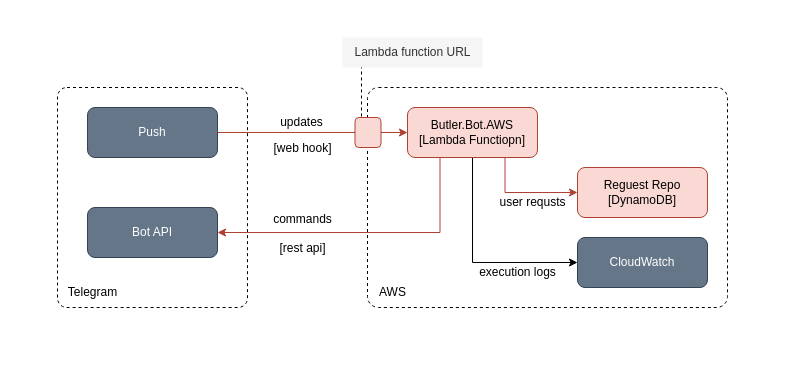
Earlier version of the draw.io diagram page "AWS" (3 of 3) of Docs/Images/Butler.Bot.drawio (eseuruk/Butler.Bot). Source tidied: cells renumbered, new cells numbered last; positions are measured from the earlier drawing's top-left corner, leaving out a move shared by most shapes. Both pictures are drawn from the tidied source at 100%, with x=0, y=0 at pixel (57, 37).
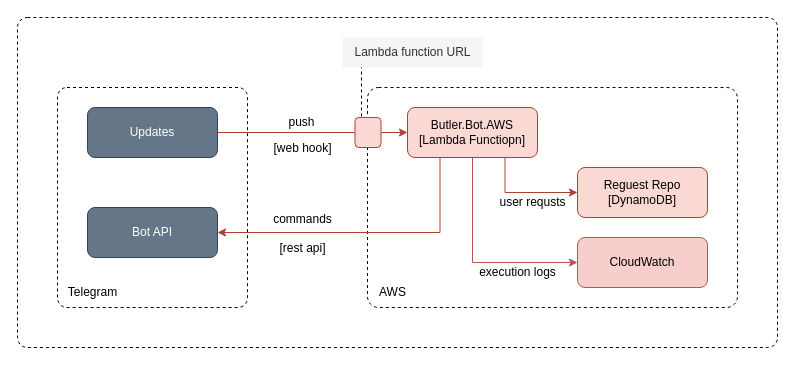
The same page after the edit.

The change refers to these unchanged cells:
```xml
<mxCell id="7" value="Butler.Bot.AWS&lt;br&gt;[Lambda Functiopn]" style="rounded=1;whiteSpace=wrap;html=1;fillColor=#fad9d5;strokeColor=#ae4132;" parent="1" vertex="1">
  <mxGeometry x="350" y="70" width="130" height="50" as="geometry" />
</mxCell>
```

Diff of the diagram source:
```diff
@@
+    <mxCell id="25" style="rounded=1;whiteSpace=wrap;html=1;fillColor=default;arcSize=3;dashed=1;" parent="1" vertex="1">
+      <mxGeometry x="-40" y="-20" width="760" height="330" as="geometry" />
+    </mxCell>
     <mxCell id="2" style="rounded=1;whiteSpace=wrap;html=1;arcSize=5;dashed=1;fillColor=none;" parent="1" vertex="1">
-      <mxGeometry x="310" y="50" width="360" height="220" as="geometry" />
+      <mxGeometry x="310" y="50" width="370" height="220" as="geometry" />
     </mxCell>
@@
-    <mxCell id="6" style="edgeStyle=orthogonalEdgeStyle;rounded=0;jettySize=auto;html=1;entryX=0;entryY=0.5;entryDx=0;entryDy=0;exitX=0.5;exitY=1;exitDx=0;exitDy=0;" parent="1" edge="1" source="7" target="18">
+    <mxCell id="6" style="edgeStyle=orthogonalEdgeStyle;rounded=0;jettySize=auto;html=1;entryX=0;entryY=0.5;entryDx=0;entryDy=0;exitX=0.5;exitY=1;exitDx=0;exitDy=0;fillColor=#f8cecc;strokeColor=#b85450;" parent="1" edge="1" source="7" target="18">
       <mxGeometry relative="1" as="geometry" />
     </mxCell>
@@
-    <mxCell id="10" value="Push" style="rounded=1;whiteSpace=wrap;html=1;fillColor=#647687;fontColor=#ffffff;strokeColor=#314354;" parent="1" vertex="1">
+    <mxCell id="10" value="Updates" style="rounded=1;whiteSpace=wrap;html=1;fillColor=#647687;fontColor=#ffffff;strokeColor=#314354;" parent="1" vertex="1">
       <mxGeometry x="30" y="70" width="130" height="50" as="geometry" />
     </mxCell>
-    <mxCell id="11" value="updates" style="text;html=1;align=center;verticalAlign=middle;strokeColor=none;fillColor=none;" parent="1" vertex="1">
-      <mxGeometry x="209" y="70" width="70" height="30" as="geometry" />
+    <mxCell id="11" value="push" style="text;html=1;align=center;verticalAlign=middle;strokeColor=none;fillColor=none;" parent="1" vertex="1">
+      <mxGeometry x="219" y="70" width="50" height="30" as="geometry" />
     </mxCell>
@@
-    <mxCell id="18" value="CloudWatch" style="rounded=1;whiteSpace=wrap;html=1;fillColor=#647687;fontColor=#ffffff;strokeColor=#314354;" parent="1" vertex="1">
+    <mxCell id="18" value="CloudWatch" style="rounded=1;whiteSpace=wrap;html=1;fillColor=#f8cecc;strokeColor=#b85450;" parent="1" vertex="1">
       <mxGeometry x="520" y="200" width="130" height="50" as="geometry" />
     </mxCell>
```
